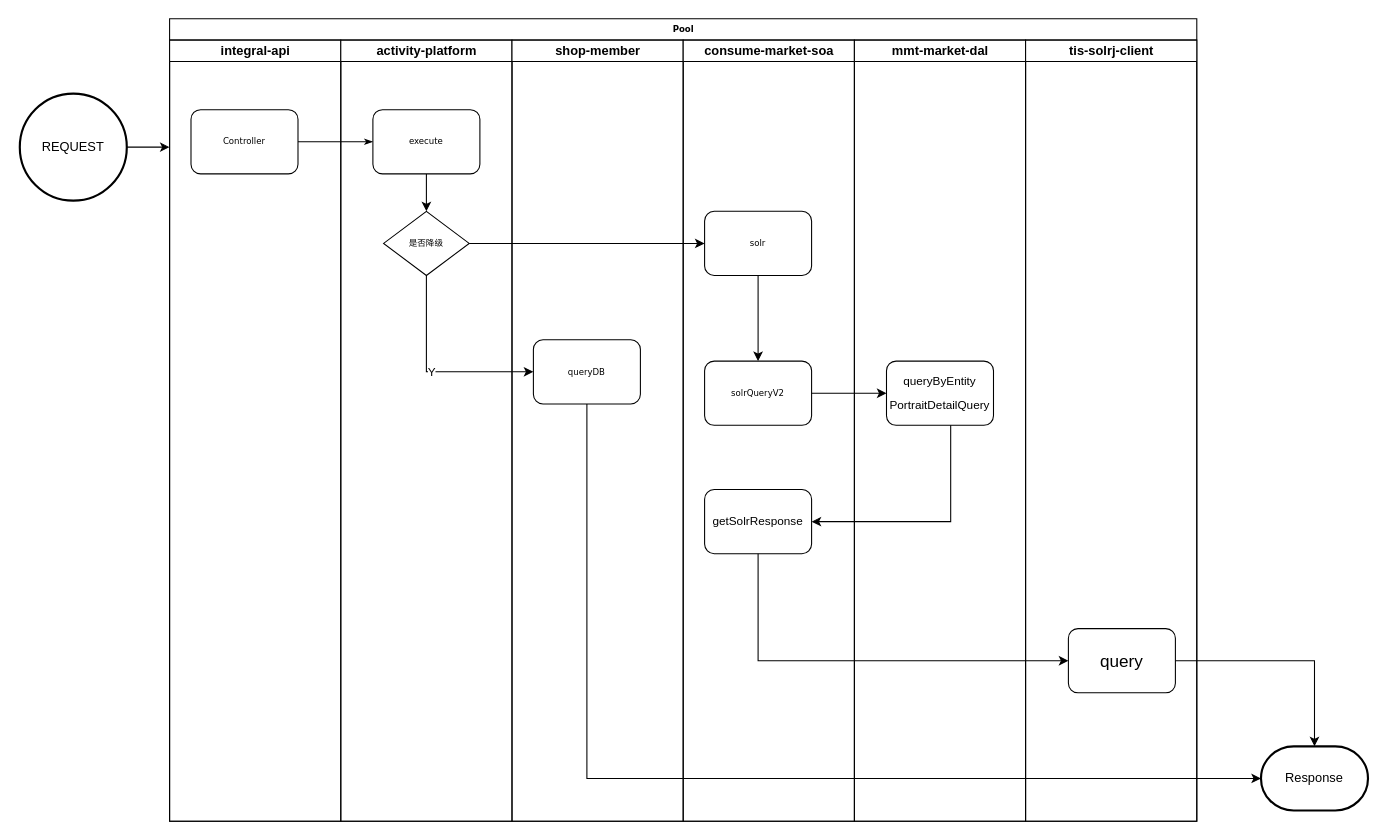
Before: 用户画像.drawio in brokge/drawio, a draw.io diagram. Source tidied: cells renumbered, new cells numbered last; positions are measured from the earlier drawing's top-left corner, leaving out a move shared by most shapes. Both pictures are drawn from the tidied source at 107%, with x=0, y=0 at pixel (19, 18).
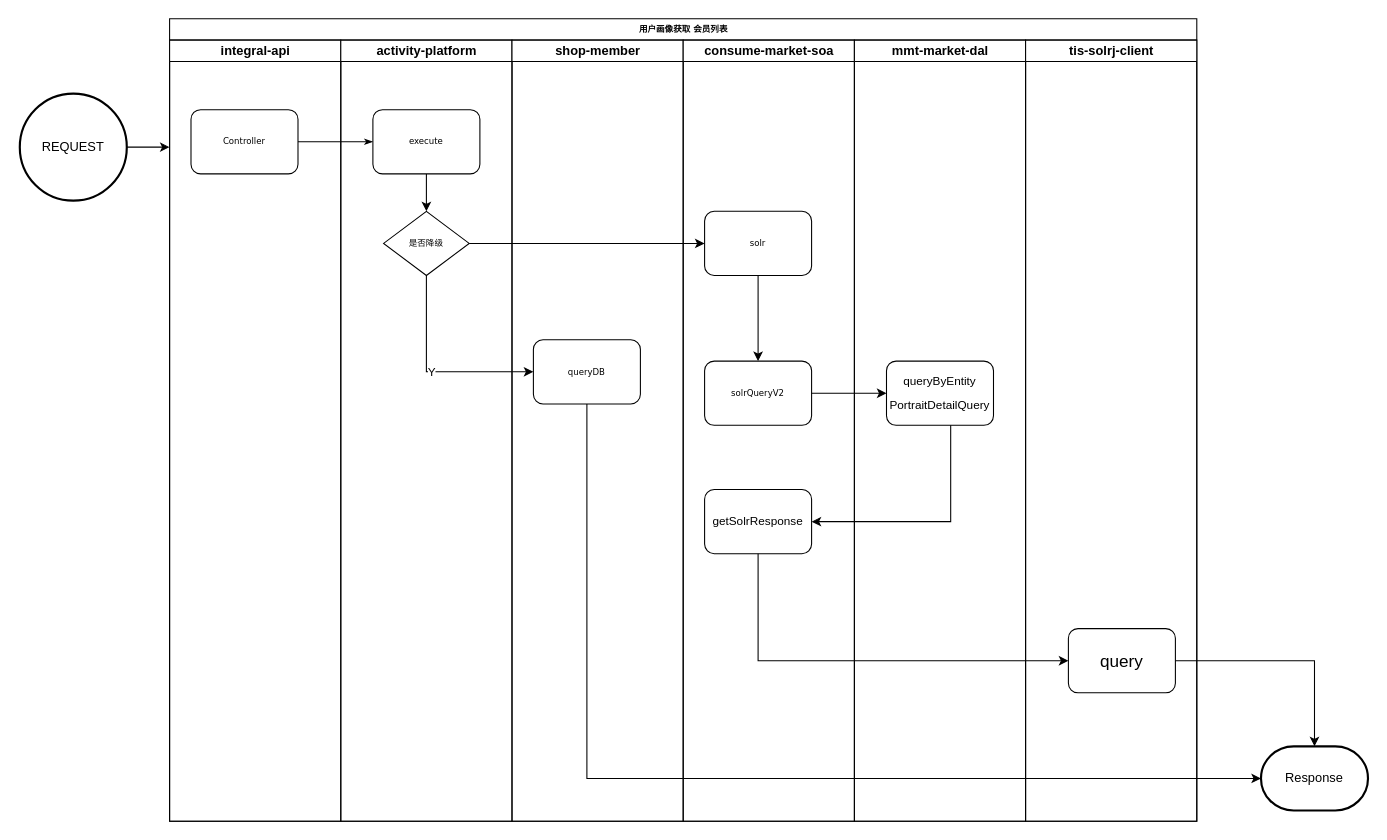
After the change.

Commit message:
更新用户画像.drawio

Change to the diagram source:
```diff
@@
-    <mxCell id="2" value="Pool" style="swimlane;html=1;startSize=20;rounded=0;shadow=0;labelBackgroundColor=none;strokeColor=#000000;strokeWidth=1;fillColor=#ffffff;fontFamily=Verdana;fontSize=8;fontColor=#000000;align=center;" parent="1" vertex="1">
+    <mxCell id="2" value="用户画像获取 会员列表" style="swimlane;html=1;startSize=20;rounded=0;shadow=0;labelBackgroundColor=none;strokeColor=#000000;strokeWidth=1;fillColor=#ffffff;fontFamily=Verdana;fontSize=8;fontColor=#000000;align=center;" parent="1" vertex="1">
       <mxGeometry x="140" width="960" height="750" as="geometry" />
     </mxCell>
```
